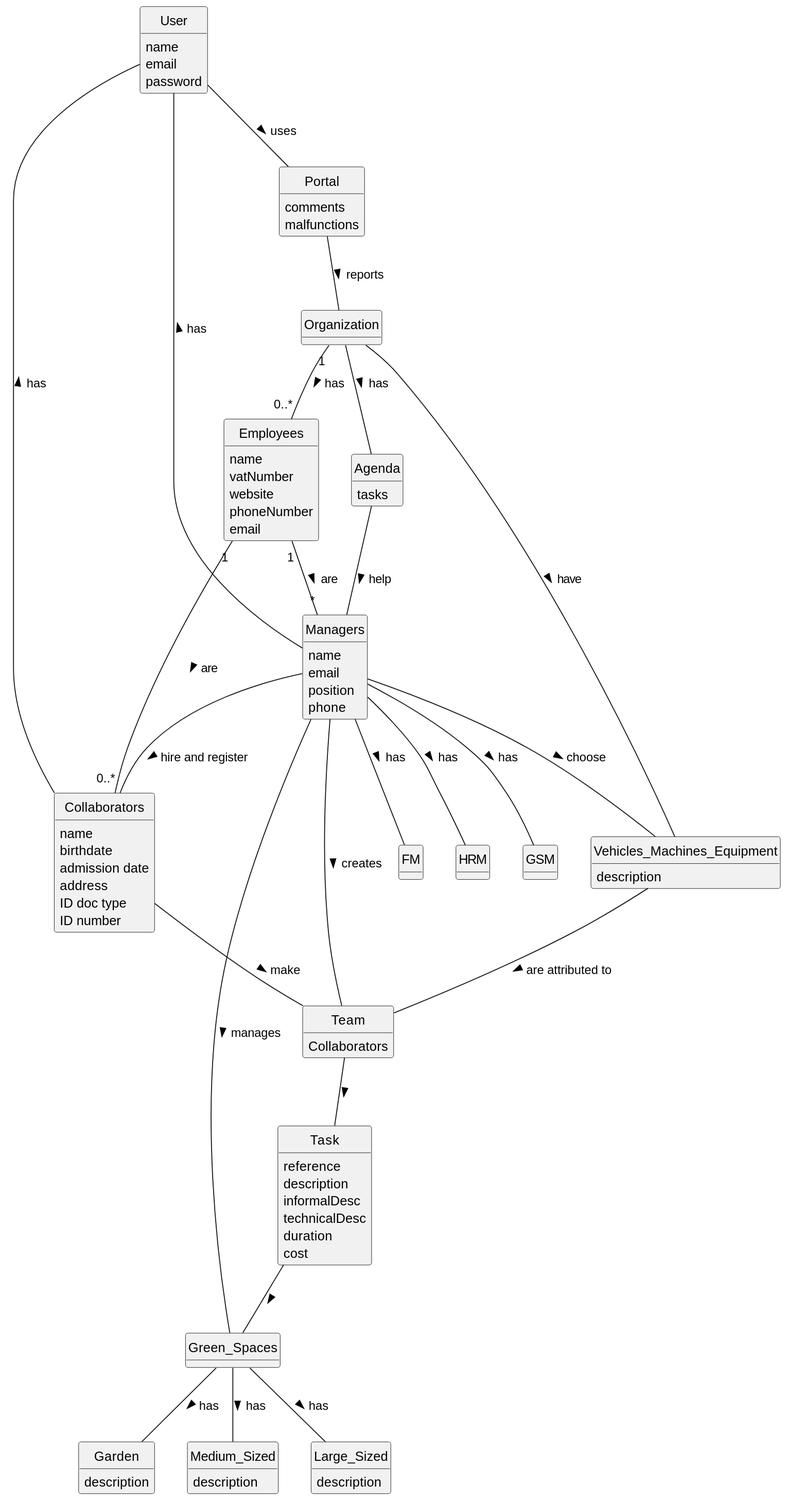
Before: docs/sprintA/global-artifacts/02.analysis/svg/project-domain-model.svg, a diagram exported from PlantUML (Departamento-de-Engenharia-Informatica/lei-24-s2-1df-1de-g063).
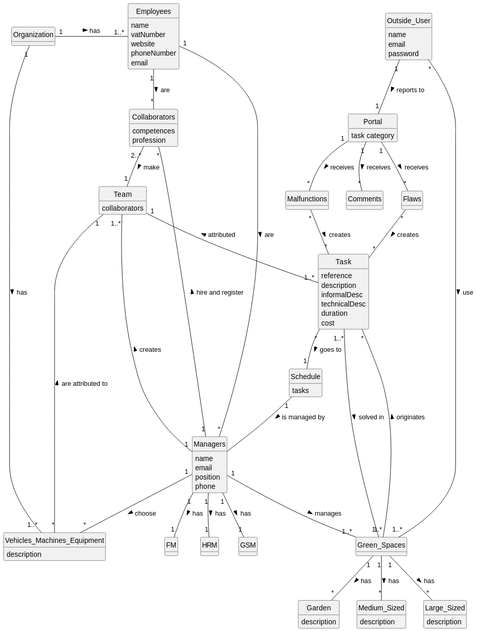
The same file after the commit.

Change to the diagram source:
```diff
@@ -5,13 +5,18 @@
 skinparam classAttributeIconSize 0
 hide circle
 hide methods
-
-
+class Outside_User{
+    name
+    email
+    password
+}
 class Portal{
-    comments
-    malfunctions
+    task category
 }
-class Agenda{
+class Malfunctions{}
+class Flaws{}
+class Comments{}
+class Schedule{
     tasks
 }
 class Garden{
@@ -36,17 +41,12 @@
 
 }
 class Team{
-    Collaborators
+    collaborators
 }
 
 class Collaborators{
-    name
-    birthdate
-    admission date
-    address
-    contact info (mobile and email)
-    ID doc type
-    ID number
+    competences
+    profession
 }
 class Employees {
     name
@@ -70,36 +70,36 @@
     position
     phone
 }
-class User {
-    name
-    email
-    password
-}
 class Organization{
 
 }
-Organization "1" - "0..*" Employees : has >
-Employees "1" - "0..*" Collaborators: are >
+
+Organization "1" - "1..*" Employees : has >
+Organization "1"- "1..*"Vehicles_Machines_Equipment: has >
+Employees "1" -- "*" Collaborators: are >
 Employees "1" -- "*" Managers : are >
-Collaborators -- Team : make >
-Team -- Task :  >
-Task -- Green_Spaces:  >
-Managers -- GSM: has >
-Managers -- HRM: has >
-Managers -- FM: has >
-Managers -- Team: creates >
-Managers -- Green_Spaces: manages >
-Green_Spaces -- Garden: has >
-Green_Spaces -- Medium_Sized: has >
-Green_Spaces -- Large_Sized: has >
-Vehicles_Machines_Equipment -- Team: are attributed to >
-Managers -- Collaborators: hire and register >
-Organization -- Vehicles_Machines_Equipment: have >
-Managers -- Vehicles_Machines_Equipment: choose >
-Organization -- Agenda: has >
-Agenda -- Managers: help >
-Portal -- Organization: reports >
-User -- Portal: uses >
-User -- Managers: has <
-User -- Collaborators: has <
+Managers "1" -- "1"GSM: has >
+Managers "1" -- "1"HRM: has >
+Managers "1" -- "1"FM: has >
+Managers "1" -- "1..*"Team: creates >
+Managers "1"-- "1..*"Green_Spaces: manages >
+Managers "1"-- "*"Collaborators: hire and register >
+Managers "1"-- "*"Vehicles_Machines_Equipment: choose >
+Vehicles_Machines_Equipment "*" -- "1"Team: are attributed to >
+Schedule "1" -- Managers: is managed by >
+Green_Spaces"1" -- "*" Garden: has >
+Green_Spaces "1" -- "*" Medium_Sized: has >
+Green_Spaces "1" -- "*" Large_Sized: has >
+Green_Spaces "1..*" -- "*" Task: originates >
+Collaborators "2..*"-- "1"Team : make >
+Team"1" -- "1..*"Task : attributed <
+Task "1..*"-- "1" Green_Spaces: solved in >
+Task "*" -- "1"Schedule : goes to >
+Portal "1" -- "*"Malfunctions: receives >
+Portal "1" -- "*"Flaws: receives >
+Portal "1" -- "*"Comments: receives >
+Outside_User "1" -- "1" Portal : reports to >
+Outside_User "*" -- "1..*"Green_Spaces: use >
+Malfunctions "*"-- "*"Task: creates >
+Flaws "*" -- "*" Task : creates >
 @enduml
```
